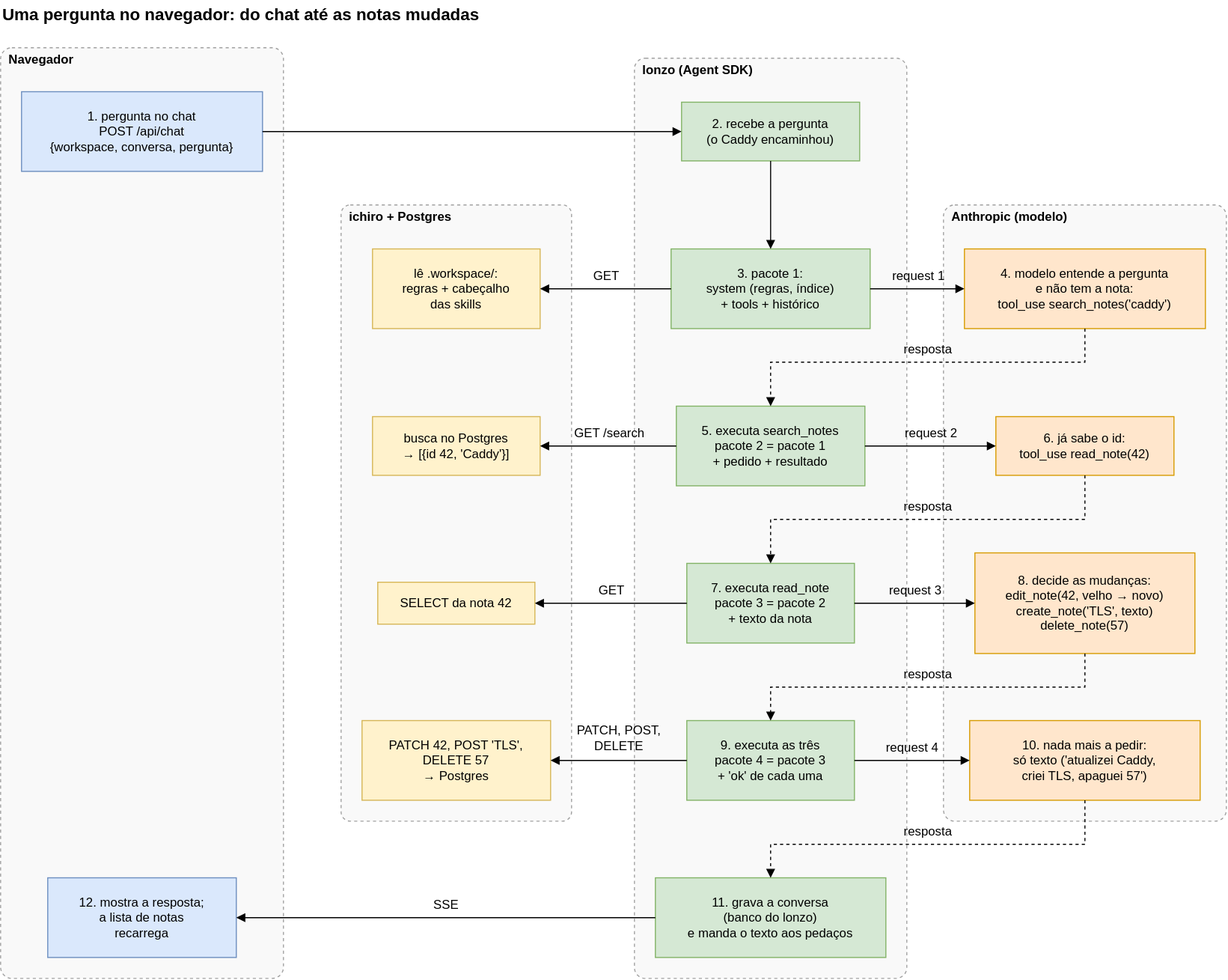
The draw.io diagram ai/kb/diagramas/pergunta-no-navegador.drawio.svg in LuccaRh/NoteProject, before a commit. Source tidied: cells renumbered, new cells last; positions are measured from the earlier drawing's top-left corner, leaving out a move shared by most shapes. Its diagram source:
```xml
<mxGraphModel background="#ffffff">
  <root>
    <mxCell id="0" />
    <mxCell id="1" parent="0" />
    <mxCell id="2" value="Uma pergunta no navegador: do chat até as notas mudadas" style="text;html=1;align=left;verticalAlign=middle;fontSize=16;fontStyle=1;" parent="1" vertex="1">
      <mxGeometry width="521" height="26" as="geometry" />
    </mxCell>
    <mxCell id="3" style="rounded=1;arcSize=4;dashed=1;html=1;fontSize=12;fillColor=#f5f5f5;strokeColor=#666666;opacity=60;" parent="1" vertex="1">
      <mxGeometry y="45" width="270" height="888" as="geometry" />
    </mxCell>
    <mxCell id="4" style="rounded=1;arcSize=4;dashed=1;html=1;fontSize=12;fillColor=#f5f5f5;strokeColor=#666666;opacity=60;" parent="1" vertex="1">
      <mxGeometry x="605" y="55" width="260" height="878" as="geometry" />
    </mxCell>
    <mxCell id="5" style="rounded=1;arcSize=4;dashed=1;html=1;fontSize=12;fillColor=#f5f5f5;strokeColor=#666666;opacity=60;" parent="1" vertex="1">
      <mxGeometry x="900" y="195" width="270" height="588" as="geometry" />
    </mxCell>
    <mxCell id="6" style="rounded=1;arcSize=4;dashed=1;html=1;fontSize=12;fillColor=#f5f5f5;strokeColor=#666666;opacity=60;" parent="1" vertex="1">
      <mxGeometry x="325" y="195" width="220" height="588" as="geometry" />
    </mxCell>
    <mxCell id="7" value="1. pergunta no chat&lt;br&gt;POST /api/chat&lt;br&gt;{workspace, conversa, pergunta}" style="html=1;whiteSpace=wrap;fontSize=12;rounded=0;fillColor=#dae8fc;strokeColor=#6c8ebf;" parent="1" vertex="1">
      <mxGeometry x="20" y="87" width="230" height="76" as="geometry" />
    </mxCell>
    <mxCell id="8" value="2. recebe a pergunta&lt;br&gt;(o Caddy encaminhou)" style="html=1;whiteSpace=wrap;fontSize=12;rounded=0;fillColor=#d5e8d4;strokeColor=#82b366;" parent="1" vertex="1">
      <mxGeometry x="650" y="97" width="170" height="56" as="geometry" />
    </mxCell>
    <mxCell id="9" value="lê .workspace/:&lt;br&gt;regras + cabeçalho&lt;br&gt;das skills" style="html=1;whiteSpace=wrap;fontSize=12;rounded=0;fillColor=#fff2cc;strokeColor=#d6b656;" parent="1" vertex="1">
      <mxGeometry x="355" y="237" width="160" height="76" as="geometry" />
    </mxCell>
    <mxCell id="10" value="3. pacote 1:&lt;br&gt;system (regras, índice)&lt;br&gt;+ tools + histórico" style="html=1;whiteSpace=wrap;fontSize=12;rounded=0;fillColor=#d5e8d4;strokeColor=#82b366;" parent="1" vertex="1">
      <mxGeometry x="640" y="237" width="190" height="76" as="geometry" />
    </mxCell>
    <mxCell id="11" value="4. modelo entende a pergunta&lt;br&gt;e não tem a nota:&lt;br&gt;tool_use search_notes('caddy')" style="html=1;whiteSpace=wrap;fontSize=12;rounded=0;fillColor=#ffe6cc;strokeColor=#d79b00;" parent="1" vertex="1">
      <mxGeometry x="920" y="237" width="230" height="76" as="geometry" />
    </mxCell>
    <mxCell id="12" value="busca no Postgres&lt;br&gt;→ [{id 42, 'Caddy'}]" style="html=1;whiteSpace=wrap;fontSize=12;rounded=0;fillColor=#fff2cc;strokeColor=#d6b656;" parent="1" vertex="1">
      <mxGeometry x="355" y="397" width="160" height="56" as="geometry" />
    </mxCell>
    <mxCell id="13" value="5. executa search_notes&lt;br&gt;pacote 2 = pacote 1&lt;br&gt;+ pedido + resultado" style="html=1;whiteSpace=wrap;fontSize=12;rounded=0;fillColor=#d5e8d4;strokeColor=#82b366;" parent="1" vertex="1">
      <mxGeometry x="645" y="387" width="180" height="76" as="geometry" />
    </mxCell>
    <mxCell id="14" value="6. já sabe o id:&lt;br&gt;tool_use read_note(42)" style="html=1;whiteSpace=wrap;fontSize=12;rounded=0;fillColor=#ffe6cc;strokeColor=#d79b00;" parent="1" vertex="1">
      <mxGeometry x="950" y="397" width="170" height="56" as="geometry" />
    </mxCell>
    <mxCell id="15" value="SELECT da nota 42" style="html=1;whiteSpace=wrap;fontSize=12;rounded=0;fillColor=#fff2cc;strokeColor=#d6b656;" parent="1" vertex="1">
      <mxGeometry x="360" y="555" width="150" height="40" as="geometry" />
    </mxCell>
    <mxCell id="16" value="7. executa read_note&lt;br&gt;pacote 3 = pacote 2&lt;br&gt;+ texto da nota" style="html=1;whiteSpace=wrap;fontSize=12;rounded=0;fillColor=#d5e8d4;strokeColor=#82b366;" parent="1" vertex="1">
      <mxGeometry x="655" y="537" width="160" height="76" as="geometry" />
    </mxCell>
    <mxCell id="17" value="8. decide as mudanças:&lt;br&gt;edit_note(42, velho → novo)&lt;br&gt;create_note('TLS', texto)&lt;br&gt;delete_note(57)" style="html=1;whiteSpace=wrap;fontSize=12;rounded=0;fillColor=#ffe6cc;strokeColor=#d79b00;" parent="1" vertex="1">
      <mxGeometry x="930" y="527" width="210" height="96" as="geometry" />
    </mxCell>
    <mxCell id="18" value="PATCH 42, POST 'TLS',&lt;br&gt;DELETE 57&lt;br&gt;→ Postgres" style="html=1;whiteSpace=wrap;fontSize=12;rounded=0;fillColor=#fff2cc;strokeColor=#d6b656;" parent="1" vertex="1">
      <mxGeometry x="345" y="687" width="180" height="76" as="geometry" />
    </mxCell>
    <mxCell id="19" value="9. executa as três&lt;br&gt;pacote 4 = pacote 3&lt;br&gt;+ 'ok' de cada uma" style="html=1;whiteSpace=wrap;fontSize=12;rounded=0;fillColor=#d5e8d4;strokeColor=#82b366;" parent="1" vertex="1">
      <mxGeometry x="655" y="687" width="160" height="76" as="geometry" />
    </mxCell>
    <mxCell id="20" value="10. nada mais a pedir:&lt;br&gt;só texto ('atualizei Caddy,&lt;br&gt;criei TLS, apaguei 57')" style="html=1;whiteSpace=wrap;fontSize=12;rounded=0;fillColor=#ffe6cc;strokeColor=#d79b00;" parent="1" vertex="1">
      <mxGeometry x="925" y="687" width="220" height="76" as="geometry" />
    </mxCell>
    <mxCell id="21" value="11. grava a conversa&lt;br&gt;(banco do lonzo)&lt;br&gt;e manda o texto aos pedaços" style="html=1;whiteSpace=wrap;fontSize=12;rounded=0;fillColor=#d5e8d4;strokeColor=#82b366;" parent="1" vertex="1">
      <mxGeometry x="625" y="837" width="220" height="76" as="geometry" />
    </mxCell>
    <mxCell id="22" value="12. mostra a resposta;&lt;br&gt;a lista de notas&lt;br&gt;recarrega" style="html=1;whiteSpace=wrap;fontSize=12;rounded=0;fillColor=#dae8fc;strokeColor=#6c8ebf;" parent="1" vertex="1">
      <mxGeometry x="45" y="837" width="180" height="76" as="geometry" />
    </mxCell>
    <mxCell id="23" style="html=1;rounded=0;endArrow=block;endFill=1;startArrow=none;" parent="1" edge="1">
      <mxGeometry relative="1" as="geometry">
        <mxPoint x="250" y="125" as="sourcePoint" />
        <mxPoint x="650" y="125" as="targetPoint" />
      </mxGeometry>
    </mxCell>
    <mxCell id="24" style="html=1;rounded=0;endArrow=block;endFill=1;startArrow=none;" parent="1" edge="1">
      <mxGeometry relative="1" as="geometry">
        <mxPoint x="735" y="153" as="sourcePoint" />
        <mxPoint x="735" y="237" as="targetPoint" />
      </mxGeometry>
    </mxCell>
    <mxCell id="25" style="html=1;rounded=0;endArrow=block;endFill=1;startArrow=none;" parent="1" edge="1">
      <mxGeometry relative="1" as="geometry">
        <mxPoint x="640" y="275" as="sourcePoint" />
        <mxPoint x="515" y="275" as="targetPoint" />
      </mxGeometry>
    </mxCell>
    <mxCell id="26" style="html=1;rounded=0;endArrow=block;endFill=1;startArrow=none;" parent="1" edge="1">
      <mxGeometry relative="1" as="geometry">
        <mxPoint x="830" y="275" as="sourcePoint" />
        <mxPoint x="920" y="275" as="targetPoint" />
      </mxGeometry>
    </mxCell>
    <mxCell id="27" style="html=1;rounded=0;endArrow=block;endFill=1;startArrow=none;dashed=1;" parent="1" edge="1">
      <mxGeometry relative="1" as="geometry">
        <mxPoint x="1035" y="313" as="sourcePoint" />
        <mxPoint x="735" y="387" as="targetPoint" />
        <Array as="points">
          <mxPoint x="1035" y="345" />
          <mxPoint x="735" y="345" />
        </Array>
      </mxGeometry>
    </mxCell>
    <mxCell id="28" style="html=1;rounded=0;endArrow=block;endFill=1;startArrow=none;" parent="1" edge="1">
      <mxGeometry relative="1" as="geometry">
        <mxPoint x="645" y="425" as="sourcePoint" />
        <mxPoint x="515" y="425" as="targetPoint" />
      </mxGeometry>
    </mxCell>
    <mxCell id="29" style="html=1;rounded=0;endArrow=block;endFill=1;startArrow=none;" parent="1" edge="1">
      <mxGeometry relative="1" as="geometry">
        <mxPoint x="825" y="425" as="sourcePoint" />
        <mxPoint x="950" y="425" as="targetPoint" />
      </mxGeometry>
    </mxCell>
    <mxCell id="30" style="html=1;rounded=0;endArrow=block;endFill=1;startArrow=none;dashed=1;" parent="1" edge="1">
      <mxGeometry relative="1" as="geometry">
        <mxPoint x="1035" y="453" as="sourcePoint" />
        <mxPoint x="735" y="537" as="targetPoint" />
        <Array as="points">
          <mxPoint x="1035" y="495" />
          <mxPoint x="735" y="495" />
        </Array>
      </mxGeometry>
    </mxCell>
    <mxCell id="31" style="html=1;rounded=0;endArrow=block;endFill=1;startArrow=none;" parent="1" edge="1">
      <mxGeometry relative="1" as="geometry">
        <mxPoint x="655" y="575" as="sourcePoint" />
        <mxPoint x="510" y="575" as="targetPoint" />
      </mxGeometry>
    </mxCell>
    <mxCell id="32" style="html=1;rounded=0;endArrow=block;endFill=1;startArrow=none;" parent="1" edge="1">
      <mxGeometry relative="1" as="geometry">
        <mxPoint x="815" y="575" as="sourcePoint" />
        <mxPoint x="930" y="575" as="targetPoint" />
      </mxGeometry>
    </mxCell>
    <mxCell id="33" style="html=1;rounded=0;endArrow=block;endFill=1;startArrow=none;dashed=1;" parent="1" edge="1">
      <mxGeometry relative="1" as="geometry">
        <mxPoint x="1035" y="623" as="sourcePoint" />
        <mxPoint x="735" y="687" as="targetPoint" />
        <Array as="points">
          <mxPoint x="1035" y="655" />
          <mxPoint x="735" y="655" />
        </Array>
      </mxGeometry>
    </mxCell>
    <mxCell id="34" style="html=1;rounded=0;endArrow=block;endFill=1;startArrow=none;" parent="1" edge="1">
      <mxGeometry relative="1" as="geometry">
        <mxPoint x="655" y="725" as="sourcePoint" />
        <mxPoint x="525" y="725" as="targetPoint" />
      </mxGeometry>
    </mxCell>
    <mxCell id="35" style="html=1;rounded=0;endArrow=block;endFill=1;startArrow=none;" parent="1" edge="1">
      <mxGeometry relative="1" as="geometry">
        <mxPoint x="815" y="725" as="sourcePoint" />
        <mxPoint x="925" y="725" as="targetPoint" />
      </mxGeometry>
    </mxCell>
    <mxCell id="36" style="html=1;rounded=0;endArrow=block;endFill=1;startArrow=none;dashed=1;" parent="1" edge="1">
      <mxGeometry relative="1" as="geometry">
        <mxPoint x="1035" y="763" as="sourcePoint" />
        <mxPoint x="735" y="837" as="targetPoint" />
        <Array as="points">
          <mxPoint x="1035" y="805" />
          <mxPoint x="735" y="805" />
        </Array>
      </mxGeometry>
    </mxCell>
    <mxCell id="37" style="html=1;rounded=0;endArrow=block;endFill=1;startArrow=none;" parent="1" edge="1">
      <mxGeometry relative="1" as="geometry">
        <mxPoint x="625" y="875" as="sourcePoint" />
        <mxPoint x="225" y="875" as="targetPoint" />
      </mxGeometry>
    </mxCell>
    <mxCell id="38" value="&lt;b&gt;Navegador&lt;/b&gt;" style="text;html=1;align=left;verticalAlign=middle;fontSize=12;" parent="1" vertex="1">
      <mxGeometry x="6" y="48" width="79" height="18" as="geometry" />
    </mxCell>
    <mxCell id="39" value="&lt;b&gt;ichiro + Postgres&lt;/b&gt;" style="text;html=1;align=left;verticalAlign=middle;fontSize=12;" parent="1" vertex="1">
      <mxGeometry x="331" y="198" width="135" height="18" as="geometry" />
    </mxCell>
    <mxCell id="40" value="&lt;b&gt;lonzo (Agent SDK)&lt;/b&gt;" style="text;html=1;align=left;verticalAlign=middle;fontSize=12;" parent="1" vertex="1">
      <mxGeometry x="611" y="58" width="135" height="18" as="geometry" />
    </mxCell>
    <mxCell id="41" value="&lt;b&gt;Anthropic (modelo)&lt;/b&gt;" style="text;html=1;align=left;verticalAlign=middle;fontSize=12;" parent="1" vertex="1">
      <mxGeometry x="906" y="198" width="142" height="18" as="geometry" />
    </mxCell>
    <mxCell id="42" value="GET" style="text;html=1;align=center;verticalAlign=middle;fontSize=12;" parent="1" vertex="1">
      <mxGeometry x="559" y="254" width="37" height="18" as="geometry" />
    </mxCell>
    <mxCell id="43" value="request 1" style="text;html=1;align=center;verticalAlign=middle;fontSize=12;" parent="1" vertex="1">
      <mxGeometry x="836" y="254" width="79" height="18" as="geometry" />
    </mxCell>
    <mxCell id="44" value="resposta" style="text;html=1;align=center;verticalAlign=middle;fontSize=12;" parent="1" vertex="1">
      <mxGeometry x="849" y="324" width="72" height="18" as="geometry" />
    </mxCell>
    <mxCell id="45" value="GET /search" style="text;html=1;align=center;verticalAlign=middle;fontSize=12;" parent="1" vertex="1">
      <mxGeometry x="534" y="404" width="93" height="18" as="geometry" />
    </mxCell>
    <mxCell id="46" value="request 2" style="text;html=1;align=center;verticalAlign=middle;fontSize=12;" parent="1" vertex="1">
      <mxGeometry x="848" y="404" width="79" height="18" as="geometry" />
    </mxCell>
    <mxCell id="47" value="resposta" style="text;html=1;align=center;verticalAlign=middle;fontSize=12;" parent="1" vertex="1">
      <mxGeometry x="849" y="474" width="72" height="18" as="geometry" />
    </mxCell>
    <mxCell id="48" value="GET" style="text;html=1;align=center;verticalAlign=middle;fontSize=12;" parent="1" vertex="1">
      <mxGeometry x="564" y="554" width="37" height="18" as="geometry" />
    </mxCell>
    <mxCell id="49" value="request 3" style="text;html=1;align=center;verticalAlign=middle;fontSize=12;" parent="1" vertex="1">
      <mxGeometry x="833" y="554" width="79" height="18" as="geometry" />
    </mxCell>
    <mxCell id="50" value="resposta" style="text;html=1;align=center;verticalAlign=middle;fontSize=12;" parent="1" vertex="1">
      <mxGeometry x="849" y="634" width="72" height="18" as="geometry" />
    </mxCell>
    <mxCell id="51" value="PATCH, POST,&lt;br&gt;DELETE" style="text;html=1;align=center;verticalAlign=middle;fontSize=12;" parent="1" vertex="1">
      <mxGeometry x="540" y="686" width="100" height="36" as="geometry" />
    </mxCell>
    <mxCell id="52" value="request 4" style="text;html=1;align=center;verticalAlign=middle;fontSize=12;" parent="1" vertex="1">
      <mxGeometry x="830" y="704" width="79" height="18" as="geometry" />
    </mxCell>
    <mxCell id="53" value="resposta" style="text;html=1;align=center;verticalAlign=middle;fontSize=12;" parent="1" vertex="1">
      <mxGeometry x="849" y="784" width="72" height="18" as="geometry" />
    </mxCell>
    <mxCell id="54" value="SSE" style="text;html=1;align=center;verticalAlign=middle;fontSize=12;" parent="1" vertex="1">
      <mxGeometry x="406" y="854" width="37" height="18" as="geometry" />
    </mxCell>
  </root>
</mxGraphModel>
```
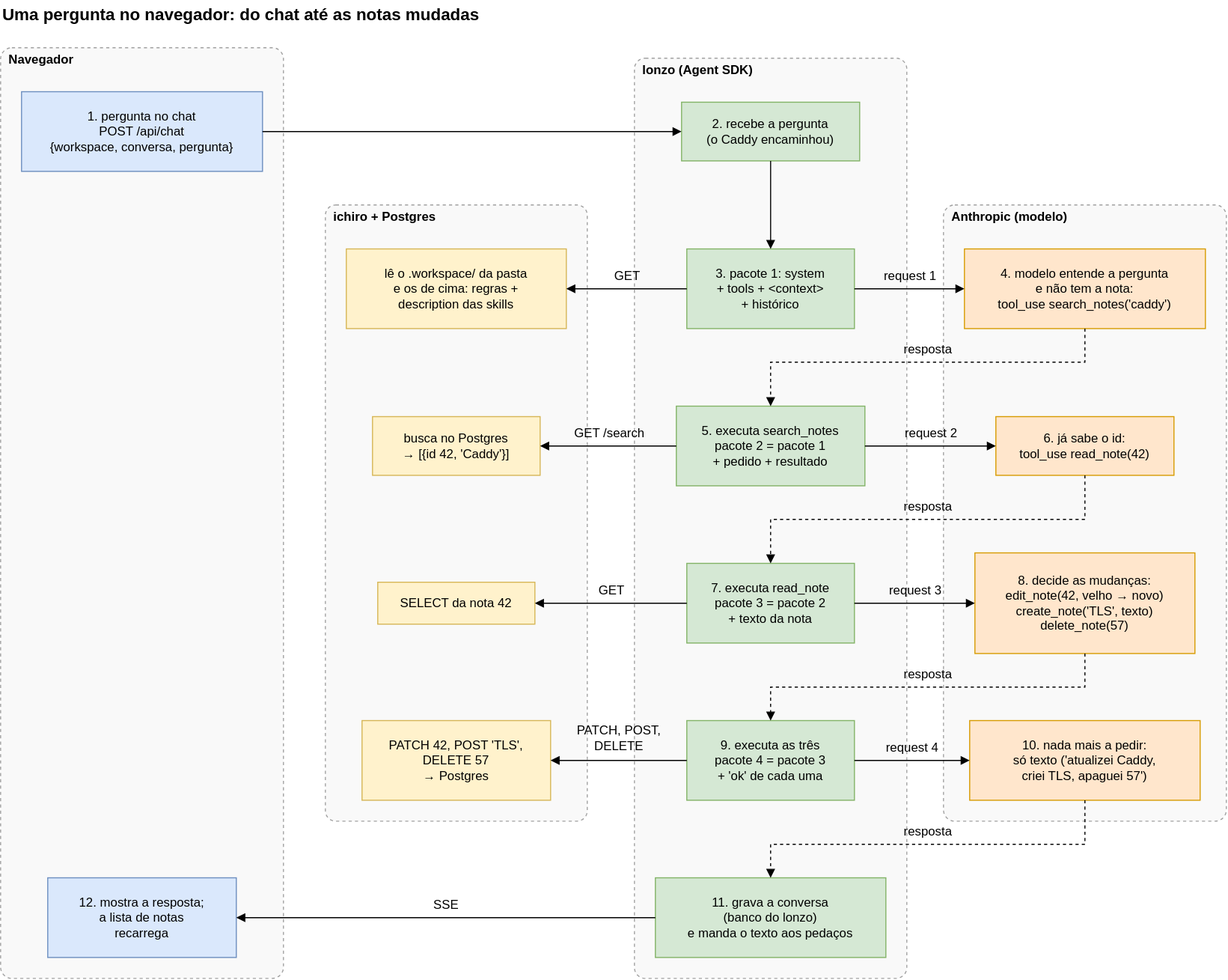
Above is the later version.

Change to the diagram source:
```diff
@@ -15,7 +15,7 @@
       <mxGeometry x="900" y="195" width="270" height="588" as="geometry" />
     </mxCell>
     <mxCell id="6" style="rounded=1;arcSize=4;dashed=1;html=1;fontSize=12;fillColor=#f5f5f5;strokeColor=#666666;opacity=60;" parent="1" vertex="1">
-      <mxGeometry x="325" y="195" width="220" height="588" as="geometry" />
+      <mxGeometry x="310" y="195" width="250" height="588" as="geometry" />
     </mxCell>
     <mxCell id="7" value="1. pergunta no chat&lt;br&gt;POST /api/chat&lt;br&gt;{workspace, conversa, pergunta}" style="html=1;whiteSpace=wrap;fontSize=12;rounded=0;fillColor=#dae8fc;strokeColor=#6c8ebf;" parent="1" vertex="1">
       <mxGeometry x="20" y="87" width="230" height="76" as="geometry" />
@@ -23,11 +23,11 @@
     <mxCell id="8" value="2. recebe a pergunta&lt;br&gt;(o Caddy encaminhou)" style="html=1;whiteSpace=wrap;fontSize=12;rounded=0;fillColor=#d5e8d4;strokeColor=#82b366;" parent="1" vertex="1">
       <mxGeometry x="650" y="97" width="170" height="56" as="geometry" />
     </mxCell>
-    <mxCell id="9" value="lê .workspace/:&lt;br&gt;regras + cabeçalho&lt;br&gt;das skills" style="html=1;whiteSpace=wrap;fontSize=12;rounded=0;fillColor=#fff2cc;strokeColor=#d6b656;" parent="1" vertex="1">
-      <mxGeometry x="355" y="237" width="160" height="76" as="geometry" />
+    <mxCell id="9" value="lê o .workspace/ da pasta&lt;br&gt;e os de cima: regras +&lt;br&gt;description das skills" style="html=1;whiteSpace=wrap;fontSize=12;rounded=0;fillColor=#fff2cc;strokeColor=#d6b656;" parent="1" vertex="1">
+      <mxGeometry x="330" y="237" width="210" height="76" as="geometry" />
     </mxCell>
-    <mxCell id="10" value="3. pacote 1:&lt;br&gt;system (regras, índice)&lt;br&gt;+ tools + histórico" style="html=1;whiteSpace=wrap;fontSize=12;rounded=0;fillColor=#d5e8d4;strokeColor=#82b366;" parent="1" vertex="1">
-      <mxGeometry x="640" y="237" width="190" height="76" as="geometry" />
+    <mxCell id="10" value="3. pacote 1: system&lt;br&gt;+ tools + &amp;lt;context&amp;gt;&lt;br&gt;+ histórico" style="html=1;whiteSpace=wrap;fontSize=12;rounded=0;fillColor=#d5e8d4;strokeColor=#82b366;" parent="1" vertex="1">
+      <mxGeometry x="655" y="237" width="160" height="76" as="geometry" />
     </mxCell>
     <mxCell id="11" value="4. modelo entende a pergunta&lt;br&gt;e não tem a nota:&lt;br&gt;tool_use search_notes('caddy')" style="html=1;whiteSpace=wrap;fontSize=12;rounded=0;fillColor=#ffe6cc;strokeColor=#d79b00;" parent="1" vertex="1">
       <mxGeometry x="920" y="237" width="230" height="76" as="geometry" />
@@ -79,13 +79,13 @@
     </mxCell>
     <mxCell id="25" style="html=1;rounded=0;endArrow=block;endFill=1;startArrow=none;" parent="1" edge="1">
       <mxGeometry relative="1" as="geometry">
-        <mxPoint x="640" y="275" as="sourcePoint" />
-        <mxPoint x="515" y="275" as="targetPoint" />
+        <mxPoint x="655" y="275" as="sourcePoint" />
+        <mxPoint x="540" y="275" as="targetPoint" />
       </mxGeometry>
     </mxCell>
     <mxCell id="26" style="html=1;rounded=0;endArrow=block;endFill=1;startArrow=none;" parent="1" edge="1">
       <mxGeometry relative="1" as="geometry">
-        <mxPoint x="830" y="275" as="sourcePoint" />
+        <mxPoint x="815" y="275" as="sourcePoint" />
         <mxPoint x="920" y="275" as="targetPoint" />
       </mxGeometry>
     </mxCell>
@@ -175,7 +175,7 @@
       <mxGeometry x="6" y="48" width="79" height="18" as="geometry" />
     </mxCell>
     <mxCell id="39" value="&lt;b&gt;ichiro + Postgres&lt;/b&gt;" style="text;html=1;align=left;verticalAlign=middle;fontSize=12;" parent="1" vertex="1">
-      <mxGeometry x="331" y="198" width="135" height="18" as="geometry" />
+      <mxGeometry x="316" y="198" width="135" height="18" as="geometry" />
     </mxCell>
     <mxCell id="40" value="&lt;b&gt;lonzo (Agent SDK)&lt;/b&gt;" style="text;html=1;align=left;verticalAlign=middle;fontSize=12;" parent="1" vertex="1">
       <mxGeometry x="611" y="58" width="135" height="18" as="geometry" />
@@ -184,10 +184,10 @@
       <mxGeometry x="906" y="198" width="142" height="18" as="geometry" />
     </mxCell>
     <mxCell id="42" value="GET" style="text;html=1;align=center;verticalAlign=middle;fontSize=12;" parent="1" vertex="1">
-      <mxGeometry x="559" y="254" width="37" height="18" as="geometry" />
+      <mxGeometry x="579" y="254" width="37" height="18" as="geometry" />
     </mxCell>
     <mxCell id="43" value="request 1" style="text;html=1;align=center;verticalAlign=middle;fontSize=12;" parent="1" vertex="1">
-      <mxGeometry x="836" y="254" width="79" height="18" as="geometry" />
+      <mxGeometry x="828" y="254" width="79" height="18" as="geometry" />
     </mxCell>
     <mxCell id="44" value="resposta" style="text;html=1;align=center;verticalAlign=middle;fontSize=12;" parent="1" vertex="1">
       <mxGeometry x="849" y="324" width="72" height="18" as="geometry" />
```
